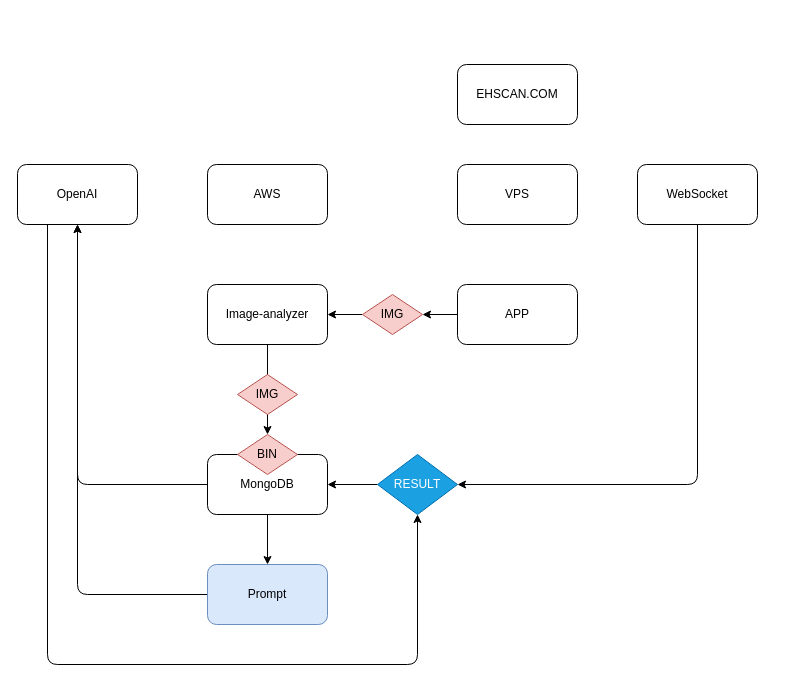
Above: arch.drawio in beeplaced/audit-insight (draw.io), before the change. Source tidied: cells renumbered, new cells numbered last; positions are measured from the earlier drawing's top-left corner, leaving out a move shared by most shapes. Both pictures are drawn from the tidied source at 100%, with x=0, y=0 at pixel (17, 64).
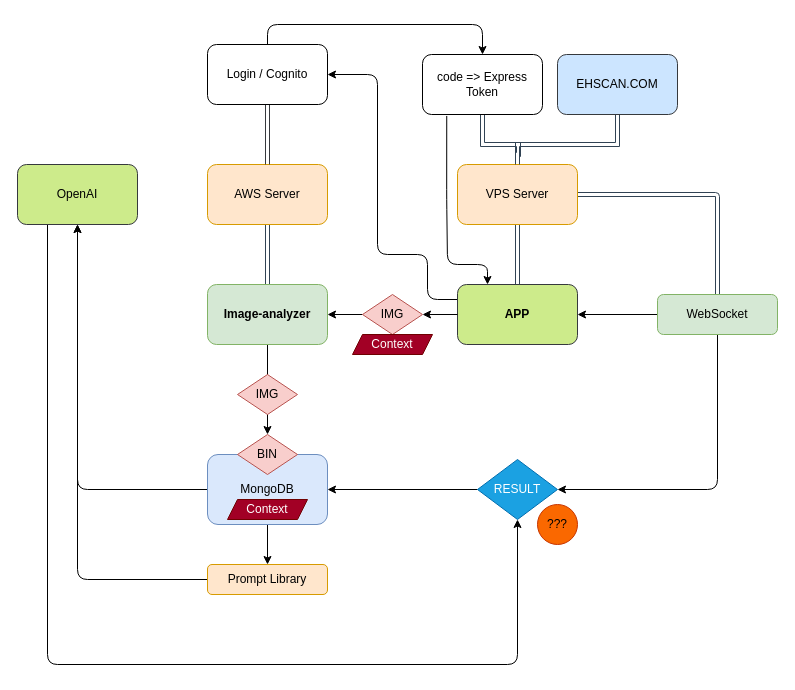
After the change.

Diff of the diagram source:
```diff
@@
+    <mxCell id="25" style="edgeStyle=orthogonalEdgeStyle;rounded=1;jettySize=auto;html=1;entryX=1;entryY=0.5;entryDx=0;entryDy=0;exitX=0;exitY=0.25;exitDx=0;exitDy=0;curved=0;" parent="1" edge="1" source="3" target="34">
+      <mxGeometry relative="1" as="geometry">
+        <Array as="points">
+          <mxPoint x="410" y="235" />
+          <mxPoint x="410" y="190" />
+          <mxPoint x="360" y="190" />
+          <mxPoint x="360" y="10" />
+        </Array>
+      </mxGeometry>
+    </mxCell>
-    <mxCell id="3" value="APP" style="rounded=1;whiteSpace=wrap;html=1;" parent="1" vertex="1">
+    <mxCell id="3" value="APP" style="rounded=1;whiteSpace=wrap;html=1;fillColor=#cdeb8b;strokeColor=#36393d;fontStyle=1;" parent="1" vertex="1">
       <mxGeometry x="440" y="220" width="120" height="60" as="geometry" />
     </mxCell>
+    <mxCell id="26" style="edgeStyle=orthogonalEdgeStyle;rounded=0;jettySize=auto;html=1;shape=link;fillColor=#647687;strokeColor=#314354;" parent="1" edge="1" source="4" target="8">
+      <mxGeometry relative="1" as="geometry" />
+    </mxCell>
-    <mxCell id="4" value="AWS" style="rounded=1;whiteSpace=wrap;html=1;" parent="1" vertex="1">
+    <mxCell id="4" value="AWS Server" style="rounded=1;whiteSpace=wrap;html=1;fillColor=#ffe6cc;strokeColor=#d79b00;" parent="1" vertex="1">
       <mxGeometry x="190" y="100" width="120" height="60" as="geometry" />
     </mxCell>
+    <mxCell id="27" style="edgeStyle=orthogonalEdgeStyle;rounded=1;jettySize=auto;html=1;curved=0;shape=link;fillColor=#647687;strokeColor=#314354;" parent="1" edge="1" source="5" target="24">
+      <mxGeometry relative="1" as="geometry" />
+    </mxCell>
+    <mxCell id="28" style="edgeStyle=orthogonalEdgeStyle;rounded=0;jettySize=auto;html=1;shape=link;fillColor=#647687;strokeColor=#314354;" parent="1" edge="1" source="5" target="3">
+      <mxGeometry relative="1" as="geometry" />
+    </mxCell>
+    <mxCell id="29" style="edgeStyle=orthogonalEdgeStyle;rounded=0;jettySize=auto;html=1;shape=link;fillColor=#647687;strokeColor=#314354;" parent="1" edge="1" source="5" target="6">
+      <mxGeometry relative="1" as="geometry">
+        <Array as="points">
+          <mxPoint x="500" y="80" />
+          <mxPoint x="600" y="80" />
+        </Array>
+      </mxGeometry>
+    </mxCell>
-    <mxCell id="5" value="VPS" style="rounded=1;whiteSpace=wrap;html=1;" parent="1" vertex="1">
+    <mxCell id="5" value="VPS Server" style="rounded=1;whiteSpace=wrap;html=1;fillColor=#ffe6cc;strokeColor=#d79b00;" parent="1" vertex="1">
       <mxGeometry x="440" y="100" width="120" height="60" as="geometry" />
     </mxCell>
-    <mxCell id="6" value="EHSCAN.COM" style="rounded=1;whiteSpace=wrap;html=1;" parent="1" vertex="1">
-      <mxGeometry x="440" width="120" height="60" as="geometry" />
+    <mxCell id="6" value="EHSCAN.COM" style="rounded=1;whiteSpace=wrap;html=1;fillColor=#cce5ff;strokeColor=#36393d;" parent="1" vertex="1">
+      <mxGeometry x="540" y="-10" width="120" height="60" as="geometry" />
     </mxCell>
@@
-    <mxCell id="8" value="Image-analyzer" style="rounded=1;whiteSpace=wrap;html=1;" parent="1" vertex="1">
+    <mxCell id="8" value="Image-analyzer" style="rounded=1;whiteSpace=wrap;html=1;fillColor=#d5e8d4;strokeColor=#82b366;fontStyle=1;" parent="1" vertex="1">
       <mxGeometry x="190" y="220" width="120" height="60" as="geometry" />
     </mxCell>
@@
-    <mxCell id="11" value="MongoDB" style="rounded=1;whiteSpace=wrap;html=1;" parent="1" vertex="1">
-      <mxGeometry x="190" y="390" width="120" height="60" as="geometry" />
+    <mxCell id="11" value="MongoDB" style="rounded=1;whiteSpace=wrap;html=1;fillColor=#dae8fc;strokeColor=#6c8ebf;" parent="1" vertex="1">
+      <mxGeometry x="190" y="390" width="120" height="70" as="geometry" />
     </mxCell>
@@
     <mxCell id="17" style="edgeStyle=orthogonalEdgeStyle;rounded=1;jettySize=auto;html=1;entryX=0.5;entryY=1;entryDx=0;entryDy=0;exitX=0.25;exitY=1;exitDx=0;exitDy=0;curved=0;" parent="1" edge="1" source="18" target="22">
       <mxGeometry relative="1" as="geometry">
         <Array as="points">
           <mxPoint x="30" y="600" />
-          <mxPoint x="400" y="600" />
+          <mxPoint x="500" y="600" />
         </Array>
       </mxGeometry>
     </mxCell>
-    <mxCell id="18" value="OpenAI" style="rounded=1;whiteSpace=wrap;html=1;" parent="1" vertex="1">
+    <mxCell id="18" value="OpenAI" style="rounded=1;whiteSpace=wrap;html=1;fillColor=#cdeb8b;strokeColor=#36393d;" parent="1" vertex="1">
       <mxGeometry y="100" width="120" height="60" as="geometry" />
     </mxCell>
@@
-    <mxCell id="20" value="Prompt" style="rounded=1;whiteSpace=wrap;html=1;fillColor=#dae8fc;strokeColor=#6c8ebf;" parent="1" vertex="1">
-      <mxGeometry x="190" y="500" width="120" height="60" as="geometry" />
+    <mxCell id="20" value="Prompt Library" style="rounded=1;whiteSpace=wrap;html=1;fillColor=#ffe6cc;strokeColor=#d79b00;" parent="1" vertex="1">
+      <mxGeometry x="190" y="500" width="120" height="30" as="geometry" />
     </mxCell>
@@
     <mxCell id="22" value="RESULT" style="rhombus;whiteSpace=wrap;html=1;fillColor=#1ba1e2;strokeColor=#006EAF;fontColor=#ffffff;" parent="1" vertex="1">
-      <mxGeometry x="360" y="390" width="80" height="60" as="geometry" />
+      <mxGeometry x="460" y="395" width="80" height="60" as="geometry" />
     </mxCell>
@@
+    <mxCell id="30" style="edgeStyle=orthogonalEdgeStyle;rounded=1;jettySize=auto;html=1;entryX=1;entryY=0.5;entryDx=0;entryDy=0;curved=0;" parent="1" edge="1" source="24" target="3">
+      <mxGeometry relative="1" as="geometry" />
+    </mxCell>
-    <mxCell id="24" value="WebSocket" style="rounded=1;whiteSpace=wrap;html=1;" parent="1" vertex="1">
-      <mxGeometry x="620" y="100" width="120" height="60" as="geometry" />
+    <mxCell id="24" value="WebSocket" style="rounded=1;whiteSpace=wrap;html=1;fillColor=#d5e8d4;strokeColor=#82b366;" parent="1" vertex="1">
+      <mxGeometry x="640" y="230" width="120" height="40" as="geometry" />
     </mxCell>
+    <mxCell id="31" value="???" style="ellipse;whiteSpace=wrap;html=1;fillColor=#fa6800;fontColor=#000000;strokeColor=#C73500;" parent="1" vertex="1">
+      <mxGeometry x="520" y="440" width="40" height="40" as="geometry" />
+    </mxCell>
+    <mxCell id="32" style="edgeStyle=orthogonalEdgeStyle;rounded=1;jettySize=auto;html=1;entryX=0.5;entryY=0;entryDx=0;entryDy=0;exitX=0.5;exitY=0;exitDx=0;exitDy=0;curved=0;" parent="1" edge="1" source="34" target="37">
+      <mxGeometry relative="1" as="geometry" />
+    </mxCell>
+    <mxCell id="33" style="edgeStyle=orthogonalEdgeStyle;rounded=0;jettySize=auto;html=1;entryX=0.5;entryY=0;entryDx=0;entryDy=0;shape=link;fillColor=#cce5ff;strokeColor=#36393d;" parent="1" edge="1" source="34" target="4">
+      <mxGeometry relative="1" as="geometry" />
+    </mxCell>
+    <mxCell id="34" value="Login / Cognito" style="rounded=1;whiteSpace=wrap;html=1;" parent="1" vertex="1">
+      <mxGeometry x="190" y="-20" width="120" height="60" as="geometry" />
+    </mxCell>
+    <mxCell id="35" style="edgeStyle=orthogonalEdgeStyle;rounded=0;jettySize=auto;html=1;shape=link;fillColor=#647687;strokeColor=#314354;entryX=0.5;entryY=0;entryDx=0;entryDy=0;" parent="1" edge="1" source="37" target="5">
+      <mxGeometry relative="1" as="geometry">
+        <Array as="points">
+          <mxPoint x="465" y="80" />
+          <mxPoint x="501" y="80" />
+          <mxPoint x="501" y="90" />
+          <mxPoint x="500" y="90" />
+        </Array>
+      </mxGeometry>
+    </mxCell>
+    <mxCell id="36" style="edgeStyle=orthogonalEdgeStyle;rounded=1;jettySize=auto;html=1;entryX=0.25;entryY=0;entryDx=0;entryDy=0;exitX=0.202;exitY=1.024;exitDx=0;exitDy=0;exitPerimeter=0;curved=0;" parent="1" edge="1" source="37" target="3">
+      <mxGeometry relative="1" as="geometry">
+        <Array as="points">
+          <mxPoint x="429" y="135" />
+          <mxPoint x="430" y="135" />
+          <mxPoint x="430" y="200" />
+          <mxPoint x="470" y="200" />
+        </Array>
+      </mxGeometry>
+    </mxCell>
+    <mxCell id="37" value="code =&amp;gt; Express Token" style="rounded=1;whiteSpace=wrap;html=1;" parent="1" vertex="1">
+      <mxGeometry x="405" y="-10" width="120" height="60" as="geometry" />
+    </mxCell>
+    <mxCell id="38" value="Context" style="shape=parallelogram;perimeter=parallelogramPerimeter;whiteSpace=wrap;html=1;fixedSize=1;size=9.999999999999773;fillColor=#a20025;fontColor=#ffffff;strokeColor=#6F0000;" parent="1" vertex="1">
+      <mxGeometry x="335" y="270" width="80" height="20" as="geometry" />
+    </mxCell>
+    <mxCell id="39" value="Context" style="shape=parallelogram;perimeter=parallelogramPerimeter;whiteSpace=wrap;html=1;fixedSize=1;size=9.999999999999773;fillColor=#a20025;fontColor=#ffffff;strokeColor=#6F0000;" parent="1" vertex="1">
+      <mxGeometry x="210" y="435" width="80" height="20" as="geometry" />
+    </mxCell>
```
